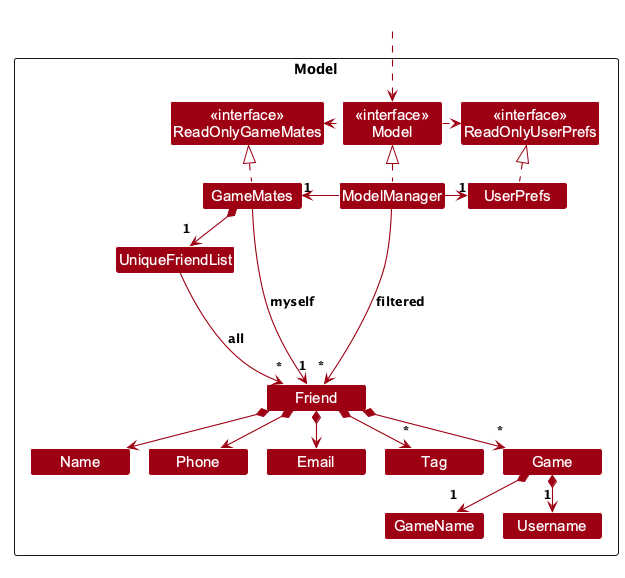
This is docs/images/ModelClassDiagram.png from AY2627S1-CS2103T-W14-3/tp, a PlantUML export, as it was before one commit.
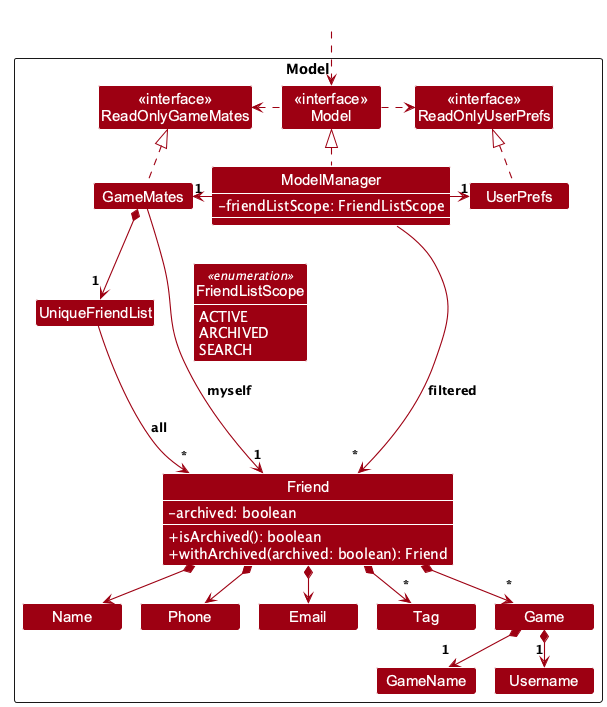
After the change.

Commit message:
Update model class diagram

The edit, as a diff of the source:
```diff
@@ -7,17 +7,30 @@
 skinparam minClassWidth 100
 skinparam nodesep 30
 skinparam ranksep 50
+skinparam classAttributeIconSize 0
+skinparam classAttributeFontColor #FFFFFF
 
 Package Model as ModelPackage <<Rectangle>>{
 Class "<<interface>>\nReadOnlyGameMates" as ReadOnlyGameMates
 Class "<<interface>>\nReadOnlyUserPrefs" as ReadOnlyUserPrefs
 Class "<<interface>>\nModel" as Model
 Class GameMates
-Class ModelManager
+Class ModelManager {
+    -friendListScope: FriendListScope
+}
+enum FriendListScope <<enumeration>> {
+    ACTIVE
+    ARCHIVED
+    SEARCH
+}
 Class UserPrefs
 
 Class UniqueFriendList
-Class Friend
+Class Friend {
+    -archived: boolean
+    +isArchived(): boolean
+    +withArchived(archived: boolean): Friend
+}
 Class Email
 Class Name
 Class Phone
@@ -32,6 +45,11 @@
 Class HiddenOutside #FFFFFF
 HiddenOutside ..> Model
 
+show Friend members
+show FriendListScope members
+show ModelManager members
+hide FriendListScope methods
+
 GameMates .up.|> ReadOnlyGameMates
 
 ModelManager .up.|> Model
@@ -39,6 +57,7 @@
 Model .left.> ReadOnlyGameMates
 ModelManager -left-> "1" GameMates
 ModelManager -right-> "1" UserPrefs
+ModelManager -[hidden]down-> FriendListScope
 UserPrefs .up.|> ReadOnlyUserPrefs
 
 GameMates *--> "1\n<size:6> </size>" UniqueFriendList
```
